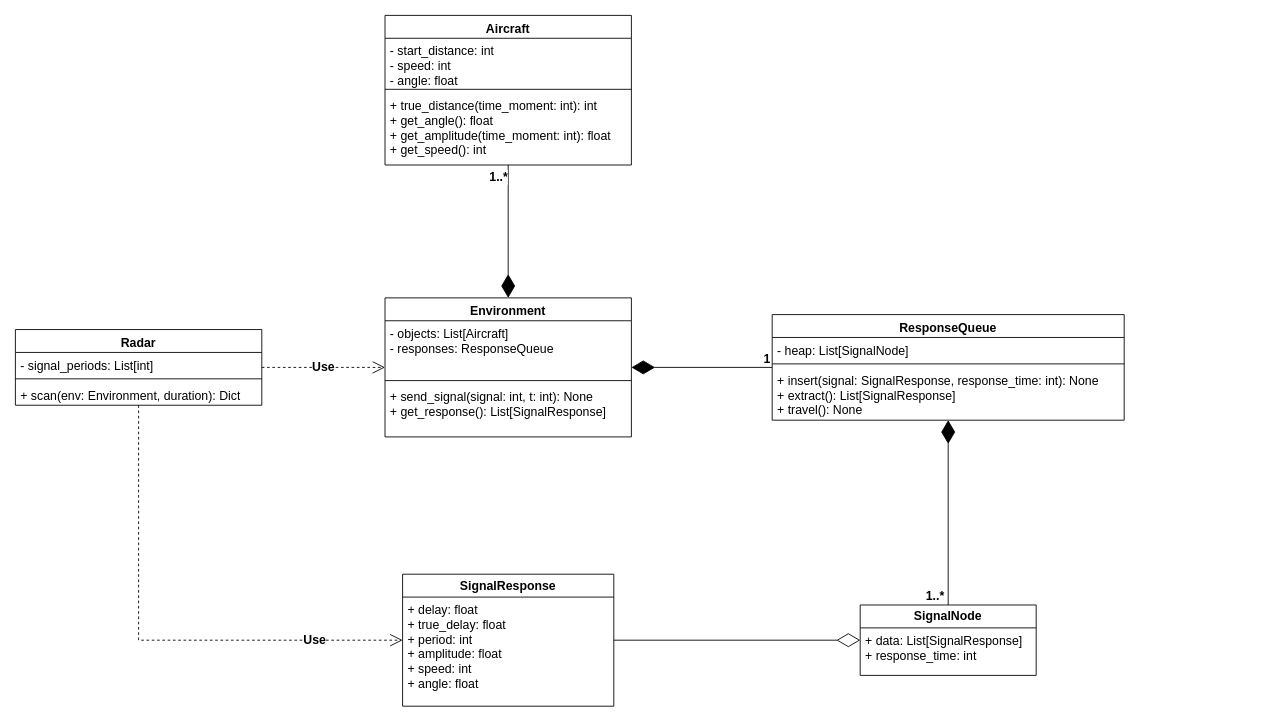
This is dataset/generator/architecture.drawio from N3xTr1Me/ETU-Grad, a draw.io file, before an edit. Source tidied: cells renumbered, new cells numbered last; positions are measured from the earlier drawing's top-left corner, leaving out a move shared by most shapes. Both pictures are drawn from the tidied source at 88%, with x=0, y=0 at pixel (15, 15).
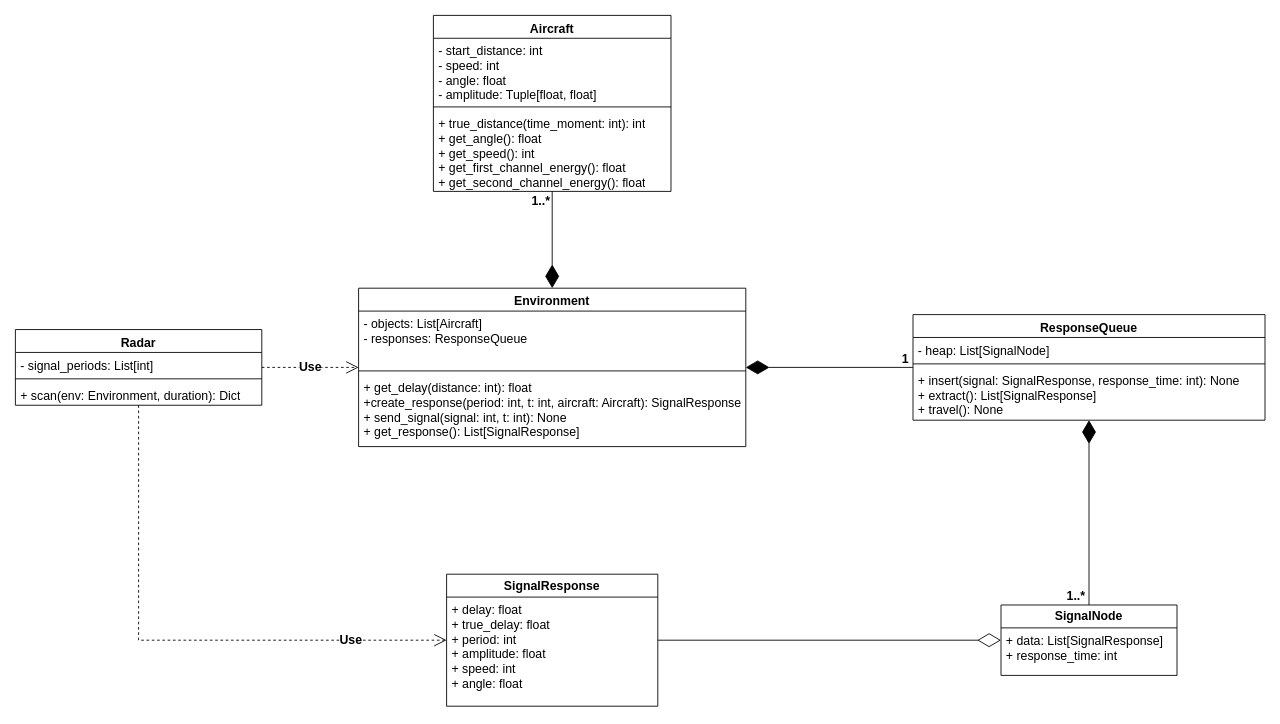
The same page after the edit.

Unchanged cells that the change refers to:
```xml
<mxCell id="25" style="endArrow=diamondThin;endFill=1;endSize=24;html=1;rounded=0;" parent="1" edge="1" source="6" target="21">
  <mxGeometry relative="1" as="geometry" />
</mxCell>
```

The edit, as a diff of the source:
```diff
@@
     <mxCell id="6" value="&lt;font style=&quot;font-size: 14px;&quot;&gt;Aircraft&lt;/font&gt;" style="swimlane;fontStyle=1;align=center;verticalAlign=top;horizontal=1;startSize=26;whiteSpace=wrap;html=1;" parent="1" vertex="1">
-      <mxGeometry x="420" width="280" height="170" as="geometry" />
+      <mxGeometry x="475" width="270" height="200" as="geometry" />
     </mxCell>
-    <mxCell id="7" value="&lt;font style=&quot;font-size: 14px;&quot;&gt;- start_distance: int&lt;br&gt;- speed: int&lt;br&gt;- angle: float&lt;br&gt;&lt;/font&gt;" style="text;strokeColor=none;fillColor=none;align=left;verticalAlign=top;spacingLeft=4;spacingRight=4;overflow=hidden;whiteSpace=wrap;html=1;" parent="6" vertex="1">
-      <mxGeometry y="26" width="280" height="54" as="geometry" />
+    <mxCell id="7" value="&lt;font style=&quot;font-size: 14px;&quot;&gt;- start_distance: int&lt;br&gt;- speed: int&lt;br&gt;- angle: float&lt;br&gt;- amplitude: Tuple[float, float]&lt;br&gt;&lt;/font&gt;" style="text;strokeColor=none;fillColor=none;align=left;verticalAlign=top;spacingLeft=4;spacingRight=4;overflow=hidden;whiteSpace=wrap;html=1;" parent="6" vertex="1">
+      <mxGeometry y="26" width="270" height="74" as="geometry" />
     </mxCell>
     <mxCell id="8" style="line;strokeWidth=1;fillColor=none;align=left;verticalAlign=middle;spacingTop=-1;spacingLeft=3;spacingRight=3;labelPosition=right;strokeColor=inherit;" parent="6" vertex="1">
-      <mxGeometry y="80" width="280" height="8" as="geometry" />
+      <mxGeometry y="100" width="270" height="8" as="geometry" />
     </mxCell>
-    <mxCell id="9" value="&lt;font style=&quot;font-size: 14px;&quot;&gt;+ true_distance(time_moment: int): int&lt;br&gt;+ get_angle(): float&lt;br&gt;+ get_amplitude(time_moment: int): float&lt;br&gt;+ get_speed(): int&lt;br&gt;&lt;/font&gt;" style="text;strokeColor=none;fillColor=none;align=left;verticalAlign=top;spacingLeft=4;spacingRight=4;overflow=hidden;whiteSpace=wrap;html=1;" parent="6" vertex="1">
-      <mxGeometry y="88" width="280" height="82" as="geometry" />
+    <mxCell id="9" value="&lt;font style=&quot;font-size: 14px;&quot;&gt;+ true_distance(time_moment: int): int&lt;br&gt;+ get_angle(): float&lt;br&gt;+ get_speed(): int&lt;br&gt;+ get_first_channel_energy(): float&lt;br&gt;+ get_second_channel_energy(): float&lt;br&gt;&lt;/font&gt;" style="text;strokeColor=none;fillColor=none;align=left;verticalAlign=top;spacingLeft=4;spacingRight=4;overflow=hidden;whiteSpace=wrap;html=1;" parent="6" vertex="1">
+      <mxGeometry y="108" width="270" height="92" as="geometry" />
     </mxCell>
     <mxCell id="10" value="&lt;b&gt;&lt;font style=&quot;font-size: 14px;&quot;&gt;SignalResponse&lt;/font&gt;&lt;/b&gt;" style="swimlane;fontStyle=0;horizontal=1;startSize=26;fillColor=none;whiteSpace=wrap;html=1;" parent="1" vertex="1">
-      <mxGeometry x="440" y="635" width="240" height="150" as="geometry" />
+      <mxGeometry x="490" y="635" width="240" height="150" as="geometry" />
     </mxCell>
@@
     <mxCell id="12" value="&lt;font style=&quot;font-size: 14px;&quot;&gt;ResponseQueue&lt;/font&gt;" style="swimlane;fontStyle=1;align=center;verticalAlign=top;horizontal=1;startSize=26;whiteSpace=wrap;html=1;" parent="1" vertex="1">
-      <mxGeometry x="860" y="340" width="400" height="120" as="geometry" />
+      <mxGeometry x="1020" y="340" width="400" height="120" as="geometry" />
     </mxCell>
@@
     <mxCell id="16" value="&lt;b&gt;&lt;font style=&quot;font-size: 14px;&quot;&gt;SignalNode&lt;/font&gt;&lt;/b&gt;" style="swimlane;fontStyle=0;horizontal=1;startSize=26;fillColor=none;whiteSpace=wrap;html=1;" parent="1" vertex="1">
-      <mxGeometry x="960" y="670" width="200" height="80" as="geometry" />
+      <mxGeometry x="1120" y="670" width="200" height="80" as="geometry" />
     </mxCell>
@@
     <mxCell id="21" value="&lt;font style=&quot;font-size: 14px;&quot;&gt;Environment&lt;/font&gt;" style="swimlane;fontStyle=1;align=center;verticalAlign=top;horizontal=1;startSize=26;whiteSpace=wrap;html=1;" parent="1" vertex="1">
-      <mxGeometry x="420" y="321" width="280" height="158" as="geometry" />
+      <mxGeometry x="390" y="310" width="440" height="180" as="geometry" />
     </mxCell>
     <mxCell id="22" value="&lt;font style=&quot;font-size: 14px;&quot;&gt;- objects: List[Aircraft]&lt;br&gt;- responses: ResponseQueue&lt;br&gt;&lt;/font&gt;" style="text;strokeColor=none;fillColor=none;align=left;verticalAlign=top;spacingLeft=4;spacingRight=4;overflow=hidden;whiteSpace=wrap;html=1;" parent="21" vertex="1">
-      <mxGeometry y="26" width="280" height="64" as="geometry" />
+      <mxGeometry y="26" width="440" height="64" as="geometry" />
     </mxCell>
     <mxCell id="23" style="line;strokeWidth=1;fillColor=none;align=left;verticalAlign=middle;spacingTop=-1;spacingLeft=3;spacingRight=3;labelPosition=right;strokeColor=inherit;" parent="21" vertex="1">
-      <mxGeometry y="90" width="280" height="8" as="geometry" />
+      <mxGeometry y="90" width="440" height="8" as="geometry" />
     </mxCell>
-    <mxCell id="24" value="&lt;font style=&quot;font-size: 14px;&quot;&gt;+ send_signal(signal: int, t: int): None&lt;br&gt;+ get_response(): List[SignalResponse]&lt;br&gt;&lt;/font&gt;" style="text;strokeColor=none;fillColor=none;align=left;verticalAlign=top;spacingLeft=4;spacingRight=4;overflow=hidden;whiteSpace=wrap;html=1;" parent="21" vertex="1">
-      <mxGeometry y="98" width="280" height="60" as="geometry" />
+    <mxCell id="24" value="&lt;font style=&quot;font-size: 14px;&quot;&gt;+ get_delay(distance: int): float&lt;br&gt;+create_response(period: int, t: int, aircraft: Aircraft): SignalResponse&lt;br&gt;+ send_signal(signal: int, t: int): None&lt;br&gt;+ get_response(): List[SignalResponse]&lt;br&gt;&lt;/font&gt;" style="text;strokeColor=none;fillColor=none;align=left;verticalAlign=top;spacingLeft=4;spacingRight=4;overflow=hidden;whiteSpace=wrap;html=1;" parent="21" vertex="1">
+      <mxGeometry y="98" width="440" height="82" as="geometry" />
     </mxCell>
@@
     <mxCell id="26" value="&lt;font style=&quot;font-size: 14px;&quot;&gt;&lt;b&gt;1..*&lt;/b&gt;&lt;/font&gt;" style="edgeLabel;html=1;align=center;verticalAlign=middle;" parent="25" vertex="1">
       <mxGeometry x="-0.83" y="-1" relative="1" as="geometry">
-        <mxPoint x="-11" as="offset" />
+        <mxPoint x="-13" y="1" as="offset" />
       </mxGeometry>
     </mxCell>
```
